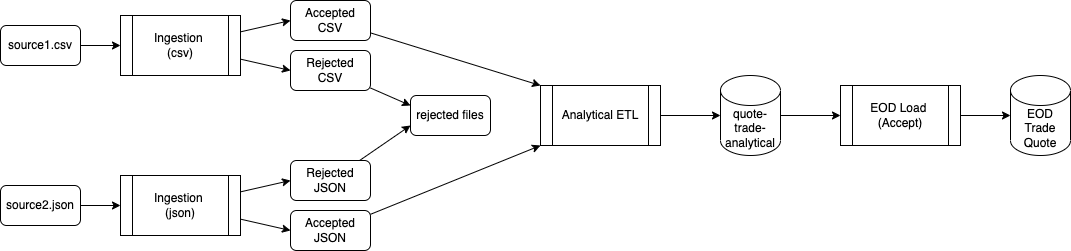
Before: diagrams/architecture-diagram.png, a diagram exported from draw.io (bfmcneill/equity-market-data-analysis). Source tidied: cells renumbered, new cells last; positions are measured from the earlier drawing's top-left corner, leaving out a move shared by most shapes. The source it was exported from:
```xml
<mxGraphModel>
  <root>
    <mxCell id="0" />
    <mxCell id="1" parent="0" />
    <mxCell id="2" style="edgeStyle=none;html=1;entryX=0;entryY=0.5;entryDx=0;entryDy=0;entryPerimeter=0;" parent="1" edge="1" source="3" target="27">
      <mxGeometry relative="1" as="geometry" />
    </mxCell>
    <mxCell id="3" value="Analytical ETL" style="shape=process;whiteSpace=wrap;html=1;backgroundOutline=1;" parent="1" vertex="1">
      <mxGeometry x="540" y="85" width="120" height="60" as="geometry" />
    </mxCell>
    <mxCell id="4" style="edgeStyle=none;html=1;entryX=0;entryY=0.5;entryDx=0;entryDy=0;entryPerimeter=0;" parent="1" edge="1" source="5" target="25">
      <mxGeometry relative="1" as="geometry" />
    </mxCell>
    <mxCell id="5" value="EOD Load &lt;br&gt;(Accept)" style="shape=process;whiteSpace=wrap;html=1;backgroundOutline=1;" parent="1" vertex="1">
      <mxGeometry x="840" y="85" width="120" height="60" as="geometry" />
    </mxCell>
    <mxCell id="6" style="edgeStyle=none;html=1;entryX=0;entryY=0.5;entryDx=0;entryDy=0;" parent="1" edge="1" source="8" target="18">
      <mxGeometry relative="1" as="geometry" />
    </mxCell>
    <mxCell id="7" style="edgeStyle=none;html=1;entryX=0;entryY=0.5;entryDx=0;entryDy=0;" parent="1" edge="1" source="8" target="20">
      <mxGeometry relative="1" as="geometry" />
    </mxCell>
    <mxCell id="8" value="Ingestion &lt;br&gt;(csv)" style="shape=process;whiteSpace=wrap;html=1;backgroundOutline=1;" parent="1" vertex="1">
      <mxGeometry x="120" y="15" width="120" height="60" as="geometry" />
    </mxCell>
    <mxCell id="9" style="edgeStyle=none;html=1;entryX=0;entryY=0.5;entryDx=0;entryDy=0;" parent="1" edge="1" source="11" target="24">
      <mxGeometry relative="1" as="geometry" />
    </mxCell>
    <mxCell id="10" style="edgeStyle=none;html=1;entryX=0;entryY=0.5;entryDx=0;entryDy=0;" parent="1" edge="1" source="11" target="22">
      <mxGeometry relative="1" as="geometry" />
    </mxCell>
    <mxCell id="11" value="Ingestion &lt;br&gt;(json)" style="shape=process;whiteSpace=wrap;html=1;backgroundOutline=1;" parent="1" vertex="1">
      <mxGeometry x="120" y="175" width="120" height="60" as="geometry" />
    </mxCell>
    <mxCell id="12" value="rejected files" style="rounded=1;whiteSpace=wrap;html=1;" parent="1" vertex="1">
      <mxGeometry x="410" y="95" width="80" height="40" as="geometry" />
    </mxCell>
    <mxCell id="13" style="edgeStyle=none;html=1;entryX=0;entryY=0.5;entryDx=0;entryDy=0;" parent="1" edge="1" source="14" target="8">
      <mxGeometry relative="1" as="geometry" />
    </mxCell>
    <mxCell id="14" value="source1.csv" style="rounded=1;whiteSpace=wrap;html=1;" parent="1" vertex="1">
      <mxGeometry y="25" width="80" height="40" as="geometry" />
    </mxCell>
    <mxCell id="15" style="edgeStyle=none;html=1;" parent="1" edge="1" source="16" target="11">
      <mxGeometry relative="1" as="geometry" />
    </mxCell>
    <mxCell id="16" value="source2.json" style="rounded=1;whiteSpace=wrap;html=1;" parent="1" vertex="1">
      <mxGeometry y="185" width="80" height="40" as="geometry" />
    </mxCell>
    <mxCell id="17" style="edgeStyle=none;html=1;entryX=0;entryY=0;entryDx=0;entryDy=0;" parent="1" edge="1" source="18" target="3">
      <mxGeometry relative="1" as="geometry" />
    </mxCell>
    <mxCell id="18" value="Accepted&lt;br&gt;CSV" style="rounded=1;whiteSpace=wrap;html=1;" parent="1" vertex="1">
      <mxGeometry x="290" width="80" height="40" as="geometry" />
    </mxCell>
    <mxCell id="19" style="edgeStyle=none;html=1;entryX=0;entryY=0.25;entryDx=0;entryDy=0;" parent="1" edge="1" source="20" target="12">
      <mxGeometry relative="1" as="geometry" />
    </mxCell>
    <mxCell id="20" value="Rejected&lt;br&gt;CSV" style="rounded=1;whiteSpace=wrap;html=1;" parent="1" vertex="1">
      <mxGeometry x="290" y="50" width="80" height="40" as="geometry" />
    </mxCell>
    <mxCell id="21" style="edgeStyle=none;html=1;entryX=0;entryY=1;entryDx=0;entryDy=0;" parent="1" edge="1" source="22" target="3">
      <mxGeometry relative="1" as="geometry" />
    </mxCell>
    <mxCell id="22" value="Accepted&lt;br&gt;JSON" style="rounded=1;whiteSpace=wrap;html=1;" parent="1" vertex="1">
      <mxGeometry x="290" y="210" width="80" height="40" as="geometry" />
    </mxCell>
    <mxCell id="23" style="edgeStyle=none;html=1;entryX=0;entryY=0.75;entryDx=0;entryDy=0;" parent="1" edge="1" source="24" target="12">
      <mxGeometry relative="1" as="geometry" />
    </mxCell>
    <mxCell id="24" value="Rejected&lt;br&gt;JSON" style="rounded=1;whiteSpace=wrap;html=1;" parent="1" vertex="1">
      <mxGeometry x="290" y="160" width="80" height="40" as="geometry" />
    </mxCell>
    <mxCell id="25" value="EOD Trade Quote" style="shape=cylinder3;whiteSpace=wrap;html=1;boundedLbl=1;backgroundOutline=1;size=15;" parent="1" vertex="1">
      <mxGeometry x="1010" y="75" width="60" height="80" as="geometry" />
    </mxCell>
    <mxCell id="26" style="edgeStyle=none;html=1;" parent="1" edge="1" source="27" target="5">
      <mxGeometry relative="1" as="geometry" />
    </mxCell>
    <mxCell id="27" value="quote-trade-analytical" style="shape=cylinder3;whiteSpace=wrap;html=1;boundedLbl=1;backgroundOutline=1;size=15;" parent="1" vertex="1">
      <mxGeometry x="720" y="75" width="60" height="80" as="geometry" />
    </mxCell>
  </root>
</mxGraphModel>
```
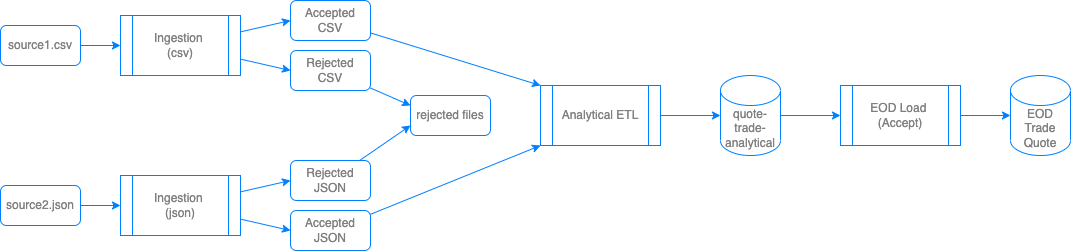
After the commit.

Commit message:
change diagram to work with ligh/dark mode

Change to the diagram source:
```diff
@@ -2,82 +2,82 @@
   <root>
     <mxCell id="0" />
     <mxCell id="1" parent="0" />
-    <mxCell id="2" style="edgeStyle=none;html=1;entryX=0;entryY=0.5;entryDx=0;entryDy=0;entryPerimeter=0;" parent="1" edge="1" source="3" target="27">
+    <mxCell id="2" style="edgeStyle=none;html=1;entryX=0;entryY=0.5;entryDx=0;entryDy=0;entryPerimeter=0;strokeColor=#007FFF;fontColor=#808080;" parent="1" edge="1" source="3" target="27">
       <mxGeometry relative="1" as="geometry" />
     </mxCell>
-    <mxCell id="3" value="Analytical ETL" style="shape=process;whiteSpace=wrap;html=1;backgroundOutline=1;" parent="1" vertex="1">
+    <mxCell id="3" value="Analytical ETL" style="shape=process;whiteSpace=wrap;html=1;backgroundOutline=1;strokeColor=#007FFF;fontColor=#808080;" parent="1" vertex="1">
       <mxGeometry x="540" y="85" width="120" height="60" as="geometry" />
     </mxCell>
-    <mxCell id="4" style="edgeStyle=none;html=1;entryX=0;entryY=0.5;entryDx=0;entryDy=0;entryPerimeter=0;" parent="1" edge="1" source="5" target="25">
+    <mxCell id="4" style="edgeStyle=none;html=1;entryX=0;entryY=0.5;entryDx=0;entryDy=0;entryPerimeter=0;strokeColor=#007FFF;fontColor=#808080;" parent="1" edge="1" source="5" target="25">
       <mxGeometry relative="1" as="geometry" />
     </mxCell>
-    <mxCell id="5" value="EOD Load &lt;br&gt;(Accept)" style="shape=process;whiteSpace=wrap;html=1;backgroundOutline=1;" parent="1" vertex="1">
+    <mxCell id="5" value="EOD Load &lt;br&gt;(Accept)" style="shape=process;whiteSpace=wrap;html=1;backgroundOutline=1;strokeColor=#007FFF;fontColor=#808080;" parent="1" vertex="1">
       <mxGeometry x="840" y="85" width="120" height="60" as="geometry" />
     </mxCell>
-    <mxCell id="6" style="edgeStyle=none;html=1;entryX=0;entryY=0.5;entryDx=0;entryDy=0;" parent="1" edge="1" source="8" target="18">
+    <mxCell id="6" style="edgeStyle=none;html=1;entryX=0;entryY=0.5;entryDx=0;entryDy=0;strokeColor=#007FFF;fontColor=#808080;" parent="1" edge="1" source="8" target="18">
       <mxGeometry relative="1" as="geometry" />
     </mxCell>
-    <mxCell id="7" style="edgeStyle=none;html=1;entryX=0;entryY=0.5;entryDx=0;entryDy=0;" parent="1" edge="1" source="8" target="20">
+    <mxCell id="7" style="edgeStyle=none;html=1;entryX=0;entryY=0.5;entryDx=0;entryDy=0;strokeColor=#007FFF;fontColor=#808080;" parent="1" edge="1" source="8" target="20">
       <mxGeometry relative="1" as="geometry" />
     </mxCell>
-    <mxCell id="8" value="Ingestion &lt;br&gt;(csv)" style="shape=process;whiteSpace=wrap;html=1;backgroundOutline=1;" parent="1" vertex="1">
+    <mxCell id="8" value="Ingestion &lt;br&gt;(csv)" style="shape=process;whiteSpace=wrap;html=1;backgroundOutline=1;strokeColor=#007FFF;fontColor=#808080;" parent="1" vertex="1">
       <mxGeometry x="120" y="15" width="120" height="60" as="geometry" />
     </mxCell>
-    <mxCell id="9" style="edgeStyle=none;html=1;entryX=0;entryY=0.5;entryDx=0;entryDy=0;" parent="1" edge="1" source="11" target="24">
+    <mxCell id="9" style="edgeStyle=none;html=1;entryX=0;entryY=0.5;entryDx=0;entryDy=0;strokeColor=#007FFF;fontColor=#808080;" parent="1" edge="1" source="11" target="24">
       <mxGeometry relative="1" as="geometry" />
     </mxCell>
-    <mxCell id="10" style="edgeStyle=none;html=1;entryX=0;entryY=0.5;entryDx=0;entryDy=0;" parent="1" edge="1" source="11" target="22">
+    <mxCell id="10" style="edgeStyle=none;html=1;entryX=0;entryY=0.5;entryDx=0;entryDy=0;strokeColor=#007FFF;fontColor=#808080;" parent="1" edge="1" source="11" target="22">
       <mxGeometry relative="1" as="geometry" />
     </mxCell>
-    <mxCell id="11" value="Ingestion &lt;br&gt;(json)" style="shape=process;whiteSpace=wrap;html=1;backgroundOutline=1;" parent="1" vertex="1">
+    <mxCell id="11" value="Ingestion &lt;br&gt;(json)" style="shape=process;whiteSpace=wrap;html=1;backgroundOutline=1;strokeColor=#007FFF;fontColor=#808080;" parent="1" vertex="1">
       <mxGeometry x="120" y="175" width="120" height="60" as="geometry" />
     </mxCell>
-    <mxCell id="12" value="rejected files" style="rounded=1;whiteSpace=wrap;html=1;" parent="1" vertex="1">
+    <mxCell id="12" value="rejected files" style="rounded=1;whiteSpace=wrap;html=1;strokeColor=#007FFF;fontColor=#808080;" parent="1" vertex="1">
       <mxGeometry x="410" y="95" width="80" height="40" as="geometry" />
     </mxCell>
-    <mxCell id="13" style="edgeStyle=none;html=1;entryX=0;entryY=0.5;entryDx=0;entryDy=0;" parent="1" edge="1" source="14" target="8">
+    <mxCell id="13" style="edgeStyle=none;html=1;entryX=0;entryY=0.5;entryDx=0;entryDy=0;strokeColor=#007FFF;fontColor=#808080;" parent="1" edge="1" source="14" target="8">
       <mxGeometry relative="1" as="geometry" />
     </mxCell>
-    <mxCell id="14" value="source1.csv" style="rounded=1;whiteSpace=wrap;html=1;" parent="1" vertex="1">
+    <mxCell id="14" value="source1.csv" style="rounded=1;whiteSpace=wrap;html=1;strokeColor=#007FFF;fontColor=#808080;" parent="1" vertex="1">
       <mxGeometry y="25" width="80" height="40" as="geometry" />
     </mxCell>
-    <mxCell id="15" style="edgeStyle=none;html=1;" parent="1" edge="1" source="16" target="11">
+    <mxCell id="15" style="edgeStyle=none;html=1;strokeColor=#007FFF;fontColor=#808080;" parent="1" edge="1" source="16" target="11">
       <mxGeometry relative="1" as="geometry" />
     </mxCell>
-    <mxCell id="16" value="source2.json" style="rounded=1;whiteSpace=wrap;html=1;" parent="1" vertex="1">
+    <mxCell id="16" value="source2.json" style="rounded=1;whiteSpace=wrap;html=1;strokeColor=#007FFF;fontColor=#808080;" parent="1" vertex="1">
       <mxGeometry y="185" width="80" height="40" as="geometry" />
     </mxCell>
-    <mxCell id="17" style="edgeStyle=none;html=1;entryX=0;entryY=0;entryDx=0;entryDy=0;" parent="1" edge="1" source="18" target="3">
+    <mxCell id="17" style="edgeStyle=none;html=1;entryX=0;entryY=0;entryDx=0;entryDy=0;strokeColor=#007FFF;fontColor=#808080;" parent="1" edge="1" source="18" target="3">
       <mxGeometry relative="1" as="geometry" />
     </mxCell>
-    <mxCell id="18" value="Accepted&lt;br&gt;CSV" style="rounded=1;whiteSpace=wrap;html=1;" parent="1" vertex="1">
+    <mxCell id="18" value="Accepted&lt;br&gt;CSV" style="rounded=1;whiteSpace=wrap;html=1;strokeColor=#007FFF;fontColor=#808080;" parent="1" vertex="1">
       <mxGeometry x="290" width="80" height="40" as="geometry" />
     </mxCell>
-    <mxCell id="19" style="edgeStyle=none;html=1;entryX=0;entryY=0.25;entryDx=0;entryDy=0;" parent="1" edge="1" source="20" target="12">
+    <mxCell id="19" style="edgeStyle=none;html=1;entryX=0;entryY=0.25;entryDx=0;entryDy=0;strokeColor=#007FFF;fontColor=#808080;" parent="1" edge="1" source="20" target="12">
       <mxGeometry relative="1" as="geometry" />
     </mxCell>
-    <mxCell id="20" value="Rejected&lt;br&gt;CSV" style="rounded=1;whiteSpace=wrap;html=1;" parent="1" vertex="1">
+    <mxCell id="20" value="Rejected&lt;br&gt;CSV" style="rounded=1;whiteSpace=wrap;html=1;strokeColor=#007FFF;fontColor=#808080;" parent="1" vertex="1">
       <mxGeometry x="290" y="50" width="80" height="40" as="geometry" />
     </mxCell>
-    <mxCell id="21" style="edgeStyle=none;html=1;entryX=0;entryY=1;entryDx=0;entryDy=0;" parent="1" edge="1" source="22" target="3">
+    <mxCell id="21" style="edgeStyle=none;html=1;entryX=0;entryY=1;entryDx=0;entryDy=0;strokeColor=#007FFF;fontColor=#808080;" parent="1" edge="1" source="22" target="3">
       <mxGeometry relative="1" as="geometry" />
     </mxCell>
-    <mxCell id="22" value="Accepted&lt;br&gt;JSON" style="rounded=1;whiteSpace=wrap;html=1;" parent="1" vertex="1">
+    <mxCell id="22" value="Accepted&lt;br&gt;JSON" style="rounded=1;whiteSpace=wrap;html=1;strokeColor=#007FFF;fontColor=#808080;" parent="1" vertex="1">
       <mxGeometry x="290" y="210" width="80" height="40" as="geometry" />
     </mxCell>
-    <mxCell id="23" style="edgeStyle=none;html=1;entryX=0;entryY=0.75;entryDx=0;entryDy=0;" parent="1" edge="1" source="24" target="12">
+    <mxCell id="23" style="edgeStyle=none;html=1;entryX=0;entryY=0.75;entryDx=0;entryDy=0;strokeColor=#007FFF;fontColor=#808080;" parent="1" edge="1" source="24" target="12">
       <mxGeometry relative="1" as="geometry" />
     </mxCell>
-    <mxCell id="24" value="Rejected&lt;br&gt;JSON" style="rounded=1;whiteSpace=wrap;html=1;" parent="1" vertex="1">
+    <mxCell id="24" value="Rejected&lt;br&gt;JSON" style="rounded=1;whiteSpace=wrap;html=1;strokeColor=#007FFF;fontColor=#808080;" parent="1" vertex="1">
       <mxGeometry x="290" y="160" width="80" height="40" as="geometry" />
     </mxCell>
-    <mxCell id="25" value="EOD Trade Quote" style="shape=cylinder3;whiteSpace=wrap;html=1;boundedLbl=1;backgroundOutline=1;size=15;" parent="1" vertex="1">
+    <mxCell id="25" value="EOD Trade Quote" style="shape=cylinder3;whiteSpace=wrap;html=1;boundedLbl=1;backgroundOutline=1;size=15;strokeColor=#007FFF;fontColor=#808080;" parent="1" vertex="1">
       <mxGeometry x="1010" y="75" width="60" height="80" as="geometry" />
     </mxCell>
-    <mxCell id="26" style="edgeStyle=none;html=1;" parent="1" edge="1" source="27" target="5">
+    <mxCell id="26" style="edgeStyle=none;html=1;strokeColor=#007FFF;fontColor=#808080;" parent="1" edge="1" source="27" target="5">
       <mxGeometry relative="1" as="geometry" />
     </mxCell>
-    <mxCell id="27" value="quote-trade-analytical" style="shape=cylinder3;whiteSpace=wrap;html=1;boundedLbl=1;backgroundOutline=1;size=15;" parent="1" vertex="1">
+    <mxCell id="27" value="quote-trade-analytical" style="shape=cylinder3;whiteSpace=wrap;html=1;boundedLbl=1;backgroundOutline=1;size=15;strokeColor=#007FFF;fontColor=#808080;" parent="1" vertex="1">
       <mxGeometry x="720" y="75" width="60" height="80" as="geometry" />
     </mxCell>
   </root>
```
